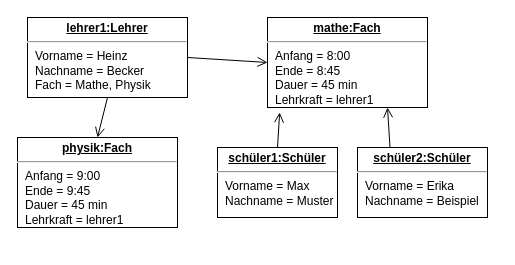
This is Aufgabe_5.drawio from Artjom1234/ProbeKlausurDB, a draw.io file, before an edit. Source tidied: cells renumbered, new cells numbered last; positions are measured from the earlier drawing's top-left corner, leaving out a move shared by most shapes. Both pictures are drawn from the tidied source at 100%, with x=0, y=0 at pixel (17, 17).
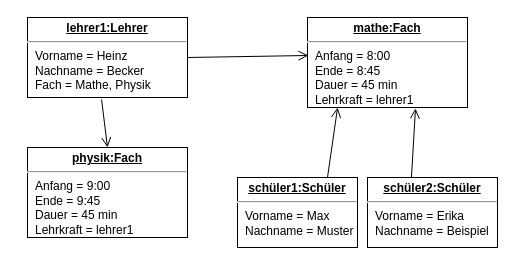
The same diagram, later.

Diff of the diagram source:
```diff
@@
 <mxGraphModel>
   <root>
     <mxCell id="0" />
     <mxCell id="1" parent="0" />
     <mxCell id="2" value="&lt;p style=&quot;margin: 0px ; margin-top: 4px ; text-align: center ; text-decoration: underline&quot;&gt;&lt;b&gt;lehrer1:Lehrer&lt;/b&gt;&lt;/p&gt;&lt;hr&gt;&lt;p style=&quot;margin: 0px ; margin-left: 8px&quot;&gt;Vorname = Heinz&lt;br&gt;Nachname = Becker&lt;/p&gt;&lt;p style=&quot;margin: 0px ; margin-left: 8px&quot;&gt;Fach = Mathe, Physik&lt;br&gt;&lt;/p&gt;" style="verticalAlign=top;align=left;overflow=fill;fontSize=12;fontFamily=Helvetica;html=1;" parent="1" vertex="1">
       <mxGeometry x="10" width="160" height="80" as="geometry" />
     </mxCell>
     <mxCell id="3" value="&lt;p style=&quot;margin: 0px ; margin-top: 4px ; text-align: center ; text-decoration: underline&quot;&gt;&lt;b&gt;mathe:Fach&lt;/b&gt;&lt;/p&gt;&lt;hr&gt;&lt;p style=&quot;margin: 0px ; margin-left: 8px&quot;&gt;Anfang = 8:00&lt;/p&gt;&lt;p style=&quot;margin: 0px ; margin-left: 8px&quot;&gt;Ende = 8:45&lt;br&gt;&lt;/p&gt;&lt;p style=&quot;margin: 0px ; margin-left: 8px&quot;&gt;Dauer = 45 min&lt;/p&gt;&lt;p style=&quot;margin: 0px ; margin-left: 8px&quot;&gt;Lehrkraft = lehrer1&lt;br&gt;&lt;/p&gt;" style="verticalAlign=top;align=left;overflow=fill;fontSize=12;fontFamily=Helvetica;html=1;" parent="1" vertex="1">
-      <mxGeometry x="250" width="160" height="90" as="geometry" />
+      <mxGeometry x="290" width="160" height="90" as="geometry" />
     </mxCell>
     <mxCell id="4" value="&lt;p style=&quot;margin: 0px ; margin-top: 4px ; text-align: center ; text-decoration: underline&quot;&gt;&lt;b&gt;schüler1:Schüler&lt;/b&gt;&lt;/p&gt;&lt;hr&gt;&lt;p style=&quot;margin: 0px ; margin-left: 8px&quot;&gt;Vorname = Max&lt;/p&gt;&lt;p style=&quot;margin: 0px ; margin-left: 8px&quot;&gt;Nachname = Muster&lt;br&gt;&lt;/p&gt;&lt;p style=&quot;margin: 0px ; margin-left: 8px&quot;&gt;&lt;br&gt;&lt;/p&gt;" style="verticalAlign=top;align=left;overflow=fill;fontSize=12;fontFamily=Helvetica;html=1;" parent="1" vertex="1">
-      <mxGeometry x="200" y="130" width="120" height="70" as="geometry" />
+      <mxGeometry x="220" y="160" width="120" height="70" as="geometry" />
     </mxCell>
     <mxCell id="5" value="&lt;p style=&quot;margin: 0px ; margin-top: 4px ; text-align: center ; text-decoration: underline&quot;&gt;&lt;b&gt;schüler2:Schüler&lt;/b&gt;&lt;/p&gt;&lt;hr&gt;&lt;p style=&quot;margin: 0px ; margin-left: 8px&quot;&gt;Vorname = Erika&lt;br&gt;&lt;/p&gt;&lt;p style=&quot;margin: 0px ; margin-left: 8px&quot;&gt;Nachname = Beispiel&lt;br&gt;&lt;/p&gt;&lt;p style=&quot;margin: 0px ; margin-left: 8px&quot;&gt;&lt;br&gt;&lt;/p&gt;" style="verticalAlign=top;align=left;overflow=fill;fontSize=12;fontFamily=Helvetica;html=1;" parent="1" vertex="1">
-      <mxGeometry x="340" y="130" width="130" height="70" as="geometry" />
+      <mxGeometry x="350" y="160" width="130" height="70" as="geometry" />
     </mxCell>
-    <mxCell id="6" style="endArrow=open;startArrow=none;endFill=0;startFill=0;endSize=8;html=1;verticalAlign=bottom;labelBackgroundColor=none;strokeWidth=1;exitX=1;exitY=0.5;exitDx=0;exitDy=0;entryX=0;entryY=0.5;entryDx=0;entryDy=0;" parent="1" edge="1" source="2" target="3">
-      <mxGeometry relative="1" as="geometry" />
-    </mxCell>
-    <mxCell id="7" style="endArrow=open;startArrow=none;endFill=0;startFill=0;endSize=8;html=1;verticalAlign=bottom;labelBackgroundColor=none;strokeWidth=1;exitX=0.5;exitY=0;exitDx=0;exitDy=0;entryX=0.076;entryY=1.055;entryDx=0;entryDy=0;entryPerimeter=0;" parent="1" edge="1" source="4" target="3">
-      <mxGeometry relative="1" as="geometry" />
-    </mxCell>
-    <mxCell id="8" style="endArrow=open;startArrow=none;endFill=0;startFill=0;endSize=8;html=1;verticalAlign=bottom;labelBackgroundColor=none;strokeWidth=1;exitX=0.25;exitY=0;exitDx=0;exitDy=0;entryX=0.75;entryY=1;entryDx=0;entryDy=0;" parent="1" edge="1" source="5" target="3">
-      <mxGeometry relative="1" as="geometry" />
-    </mxCell>
     <mxCell id="9" value="&lt;p style=&quot;margin: 0px ; margin-top: 4px ; text-align: center ; text-decoration: underline&quot;&gt;&lt;b&gt;physik:Fach&lt;/b&gt;&lt;/p&gt;&lt;hr&gt;&lt;p style=&quot;margin: 0px ; margin-left: 8px&quot;&gt;Anfang = 9:00&lt;br&gt;&lt;/p&gt;&lt;p style=&quot;margin: 0px ; margin-left: 8px&quot;&gt;Ende = 9:45&lt;br&gt;&lt;/p&gt;&lt;p style=&quot;margin: 0px ; margin-left: 8px&quot;&gt;Dauer = 45 min&lt;/p&gt;&lt;p style=&quot;margin: 0px ; margin-left: 8px&quot;&gt;Lehrkraft = lehrer1&lt;br&gt;&lt;/p&gt;" style="verticalAlign=top;align=left;overflow=fill;fontSize=12;fontFamily=Helvetica;html=1;" parent="1" vertex="1">
-      <mxGeometry y="120" width="160" height="90" as="geometry" />
+      <mxGeometry x="10" y="130" width="160" height="90" as="geometry" />
     </mxCell>
-    <mxCell id="10" style="endArrow=open;startArrow=none;endFill=0;startFill=0;endSize=8;html=1;verticalAlign=bottom;labelBackgroundColor=none;strokeWidth=1;exitX=0.5;exitY=1;exitDx=0;exitDy=0;entryX=0.5;entryY=0;entryDx=0;entryDy=0;" parent="1" edge="1" source="2" target="9">
+    <mxCell id="10" style="endArrow=open;startArrow=none;endFill=0;startFill=0;endSize=8;html=1;verticalAlign=bottom;labelBackgroundColor=none;strokeWidth=1;exitX=0.463;exitY=1.025;exitDx=0;exitDy=0;exitPerimeter=0;entryX=0.5;entryY=0;entryDx=0;entryDy=0;" parent="1" edge="1" source="2" target="9">
       <mxGeometry relative="1" as="geometry" />
     </mxCell>
+    <mxCell id="8" style="endArrow=open;startArrow=none;endFill=0;startFill=0;endSize=8;html=1;verticalAlign=bottom;labelBackgroundColor=none;strokeWidth=1;exitX=0.338;exitY=0;exitDx=0;exitDy=0;exitPerimeter=0;entryX=0.675;entryY=1.011;entryDx=0;entryDy=0;entryPerimeter=0;" parent="1" edge="1" source="5" target="3">
+      <mxGeometry relative="1" as="geometry" />
+    </mxCell>
+    <mxCell id="7" style="endArrow=open;startArrow=none;endFill=0;startFill=0;endSize=8;html=1;verticalAlign=bottom;labelBackgroundColor=none;strokeWidth=1;exitX=0.75;exitY=0;exitDx=0;exitDy=0;entryX=0.188;entryY=1;entryDx=0;entryDy=0;entryPerimeter=0;" parent="1" edge="1" source="4" target="3">
+      <mxGeometry relative="1" as="geometry" />
+    </mxCell>
+    <mxCell id="6" style="endArrow=open;startArrow=none;endFill=0;startFill=0;endSize=8;html=1;verticalAlign=bottom;labelBackgroundColor=none;strokeWidth=1;exitX=1;exitY=0.5;exitDx=0;exitDy=0;entryX=0.006;entryY=0.422;entryDx=0;entryDy=0;entryPerimeter=0;" parent="1" edge="1" source="2" target="3">
+      <mxGeometry relative="1" as="geometry" />
+    </mxCell>
   </root>
 </mxGraphModel>
```
